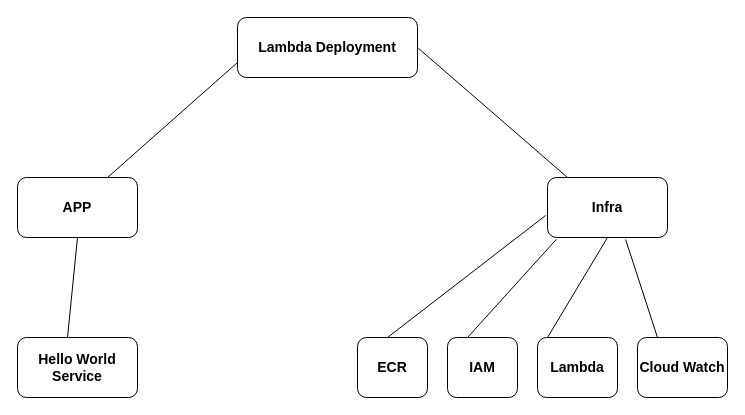
The draw.io diagram Untitled Diagram.drawio in agarapunaveen/NSH-usecase-helloworld, before the edit. Source tidied: cells renumbered, new cells numbered last; positions are measured from the earlier drawing's top-left corner, leaving out a move shared by most shapes. Both pictures are drawn from the tidied source at 100%, with x=0, y=0 at pixel (17, 17).
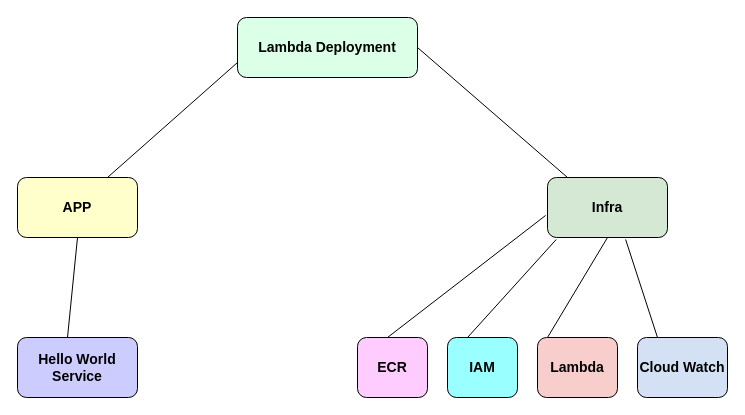
Above is the later version.

The edit, as a diff of the source:
```diff
@@
-    <mxCell id="2" value="&lt;b&gt;&lt;font style=&quot;font-size: 14px;&quot;&gt;Lambda Deployment&lt;/font&gt;&lt;/b&gt;" style="rounded=1;whiteSpace=wrap;html=1;" parent="1" vertex="1">
+    <mxCell id="2" value="&lt;b&gt;&lt;font style=&quot;font-size: 14px;&quot;&gt;Lambda Deployment&lt;/font&gt;&lt;/b&gt;" style="rounded=1;whiteSpace=wrap;html=1;fillColor=light-dark(#DCFFE8,var(--ge-dark-color, #121212));" parent="1" vertex="1">
       <mxGeometry x="220" width="180" height="60" as="geometry" />
     </mxCell>
-    <mxCell id="3" value="&lt;b&gt;&lt;font style=&quot;font-size: 14px;&quot;&gt;APP&lt;/font&gt;&lt;/b&gt;" style="rounded=1;whiteSpace=wrap;html=1;" parent="1" vertex="1">
+    <mxCell id="3" value="&lt;b&gt;&lt;font style=&quot;font-size: 14px;&quot;&gt;APP&lt;/font&gt;&lt;/b&gt;" style="rounded=1;whiteSpace=wrap;html=1;fillColor=light-dark(#FFFFCC,var(--ge-dark-color, #121212));" parent="1" vertex="1">
       <mxGeometry y="160" width="120" height="60" as="geometry" />
     </mxCell>
-    <mxCell id="4" value="&lt;b&gt;&lt;font style=&quot;font-size: 14px;&quot;&gt;Infra&lt;/font&gt;&lt;/b&gt;" style="rounded=1;whiteSpace=wrap;html=1;" parent="1" vertex="1">
+    <mxCell id="4" value="&lt;b&gt;&lt;font style=&quot;font-size: 14px;&quot;&gt;Infra&lt;/font&gt;&lt;/b&gt;" style="rounded=1;whiteSpace=wrap;html=1;fillColor=light-dark(#D5E8D4,var(--ge-dark-color, #121212));" parent="1" vertex="1">
       <mxGeometry x="530" y="160" width="120" height="60" as="geometry" />
     </mxCell>
-    <mxCell id="5" value="&lt;b&gt;&lt;font style=&quot;font-size: 14px;&quot;&gt;Hello World Service&lt;/font&gt;&lt;/b&gt;" style="rounded=1;whiteSpace=wrap;html=1;" parent="1" vertex="1">
+    <mxCell id="5" value="&lt;b&gt;&lt;font style=&quot;font-size: 14px;&quot;&gt;Hello World Service&lt;/font&gt;&lt;/b&gt;" style="rounded=1;whiteSpace=wrap;html=1;fillColor=light-dark(#CCCCFF,var(--ge-dark-color, #121212));" parent="1" vertex="1">
       <mxGeometry y="320" width="120" height="60" as="geometry" />
     </mxCell>
-    <mxCell id="6" value="&lt;b&gt;&lt;font style=&quot;font-size: 14px;&quot;&gt;ECR&lt;/font&gt;&lt;/b&gt;" style="rounded=1;whiteSpace=wrap;html=1;" parent="1" vertex="1">
+    <mxCell id="6" value="&lt;b&gt;&lt;font style=&quot;font-size: 14px;&quot;&gt;ECR&lt;/font&gt;&lt;/b&gt;" style="rounded=1;whiteSpace=wrap;html=1;fillColor=light-dark(#FFCCFF,var(--ge-dark-color, #121212));" parent="1" vertex="1">
       <mxGeometry x="340" y="320" width="70" height="60" as="geometry" />
     </mxCell>
-    <mxCell id="7" value="&lt;b&gt;&lt;font style=&quot;font-size: 14px;&quot;&gt;IAM&lt;/font&gt;&lt;/b&gt;" style="rounded=1;whiteSpace=wrap;html=1;" parent="1" vertex="1">
+    <mxCell id="7" value="&lt;b&gt;&lt;font style=&quot;font-size: 14px;&quot;&gt;IAM&lt;/font&gt;&lt;/b&gt;" style="rounded=1;whiteSpace=wrap;html=1;fillColor=light-dark(#99FFFF,var(--ge-dark-color, #121212));" parent="1" vertex="1">
       <mxGeometry x="430" y="320" width="70" height="60" as="geometry" />
     </mxCell>
-    <mxCell id="8" value="&lt;b&gt;&lt;font style=&quot;font-size: 14px;&quot;&gt;Lambda&lt;/font&gt;&lt;/b&gt;" style="rounded=1;whiteSpace=wrap;html=1;" parent="1" vertex="1">
+    <mxCell id="8" value="&lt;b&gt;&lt;font style=&quot;font-size: 14px;&quot;&gt;Lambda&lt;/font&gt;&lt;/b&gt;" style="rounded=1;whiteSpace=wrap;html=1;fillColor=light-dark(#F8CECC,var(--ge-dark-color, #121212));" parent="1" vertex="1">
       <mxGeometry x="520" y="320" width="80" height="60" as="geometry" />
     </mxCell>
-    <mxCell id="9" value="&lt;b&gt;&lt;font style=&quot;font-size: 14px;&quot;&gt;Cloud Watch&lt;/font&gt;&lt;/b&gt;" style="rounded=1;whiteSpace=wrap;html=1;" parent="1" vertex="1">
+    <mxCell id="9" value="&lt;b&gt;&lt;font style=&quot;font-size: 14px;&quot;&gt;Cloud Watch&lt;/font&gt;&lt;/b&gt;" style="rounded=1;whiteSpace=wrap;html=1;fillColor=light-dark(#D4E1F5,var(--ge-dark-color, #121212));" parent="1" vertex="1">
       <mxGeometry x="620" y="320" width="90" height="60" as="geometry" />
     </mxCell>
```
